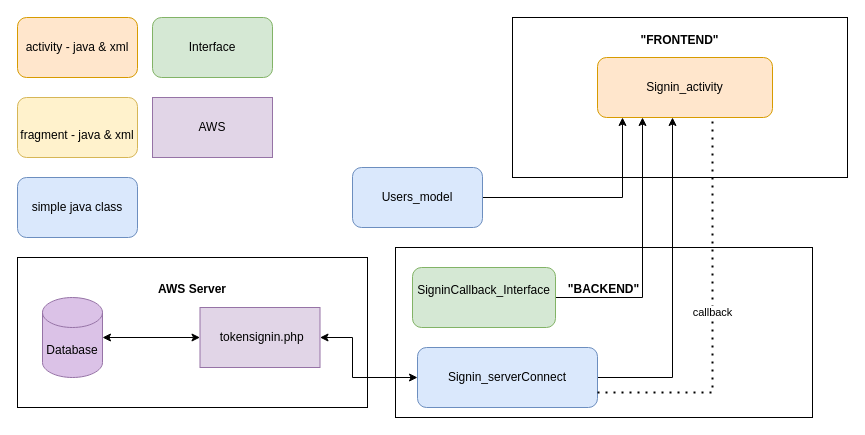
Earlier version of the draw.io diagram page "Signin" (1 of 10) of Untitled Diagram.drawio (BenBladow/rw_android_uml). Source tidied: cells renumbered, new cells numbered last; positions are measured from the earlier drawing's top-left corner, leaving out a move shared by most shapes. Both pictures are drawn from the tidied source at 100%, with x=0, y=0 at pixel (17, 17).
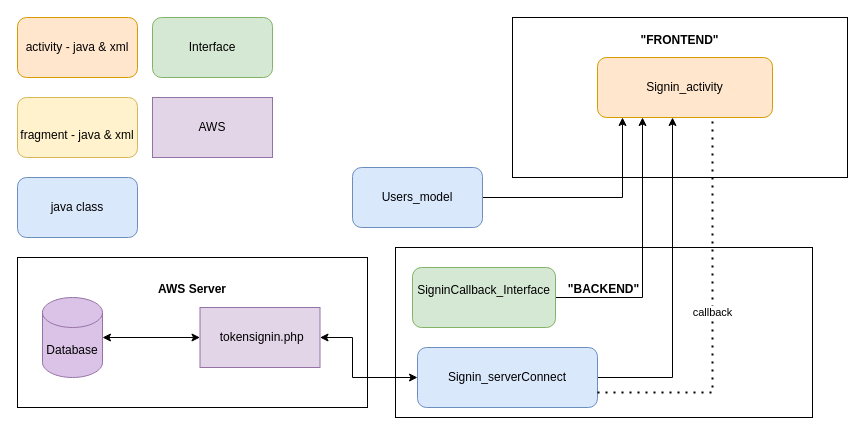
Above is the later version.

Change to the diagram source:
```diff
@@
-    <mxCell id="15" value="simple java class" style="rounded=1;whiteSpace=wrap;html=1;fillColor=#dae8fc;strokeColor=#6c8ebf;" parent="1" vertex="1">
+    <mxCell id="15" value="java class" style="rounded=1;whiteSpace=wrap;html=1;fillColor=#dae8fc;strokeColor=#6c8ebf;" parent="1" vertex="1">
       <mxGeometry y="160" width="120" height="60" as="geometry" />
     </mxCell>
```
